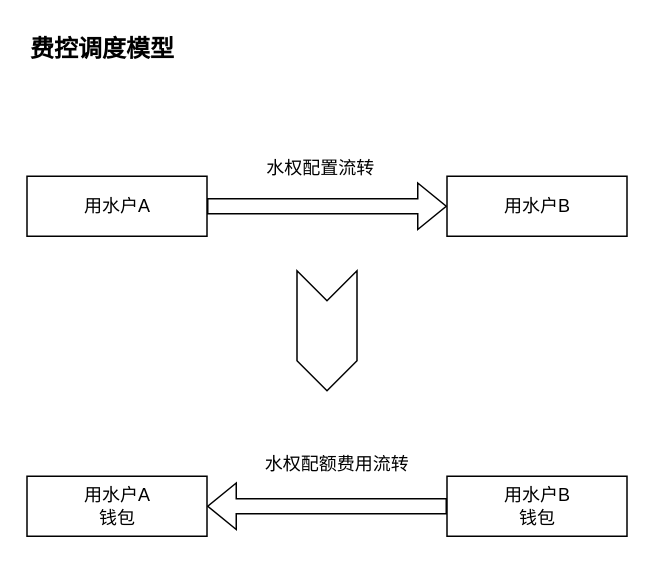
The draw.io diagram page "0001" (1 of 2) of src/main/work/zhonghuan/20231108222507.drawio in ab-doc/draw.io, before the edit. Source tidied: cells renumbered, new cells numbered last; positions are measured from the earlier drawing's top-left corner, leaving out a move shared by most shapes. Both pictures are drawn from the tidied source at 150%, with x=0, y=0 at pixel (26, 26).
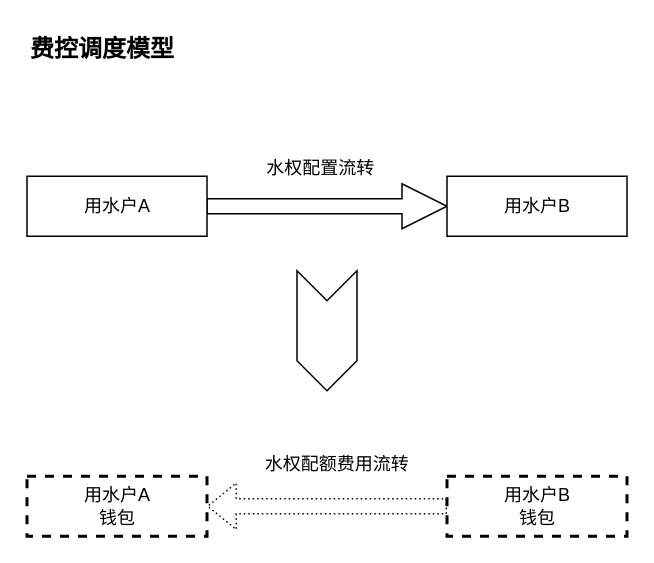
The same page after the edit.

Diff of the diagram source:
```diff
@@
 <mxGraphModel>
   <root>
     <mxCell id="0" />
     <mxCell id="1" parent="0" />
     <mxCell id="2" value="&lt;b style=&quot;font-size: 16px;&quot;&gt;费控调度模型&lt;/b&gt;" style="text;html=1;align=left;verticalAlign=middle;strokeColor=none;fillColor=none;fontSize=16;rounded=0;labelBackgroundColor=none;" parent="1" vertex="1">
       <mxGeometry x="0.5" width="120" height="30" as="geometry" />
     </mxCell>
-    <mxCell id="3" style="edgeStyle=orthogonalEdgeStyle;rounded=0;jettySize=auto;html=1;shape=flexArrow;" parent="1" edge="1" source="4" target="5">
+    <mxCell id="3" style="edgeStyle=orthogonalEdgeStyle;rounded=0;jettySize=auto;html=1;shape=arrow;" parent="1" edge="1" source="4" target="5">
       <mxGeometry relative="1" as="geometry" />
     </mxCell>
     <mxCell id="4" value="用水户A" style="rounded=0;whiteSpace=wrap;html=1;" parent="1" vertex="1">
       <mxGeometry x="0.5" y="100" width="120" height="40" as="geometry" />
     </mxCell>
     <mxCell id="5" value="用水户B" style="rounded=0;whiteSpace=wrap;html=1;" parent="1" vertex="1">
       <mxGeometry x="280.5" y="100" width="120" height="40" as="geometry" />
     </mxCell>
     <mxCell id="6" style="shape=step;perimeter=stepPerimeter;whiteSpace=wrap;html=1;fixedSize=1;direction=south;" parent="1" vertex="1">
       <mxGeometry x="180.5" y="163" width="40" height="80" as="geometry" />
     </mxCell>
-    <mxCell id="7" style="edgeStyle=orthogonalEdgeStyle;rounded=0;jettySize=auto;html=1;shape=flexArrow;startArrow=block;startFill=0;endArrow=none;endFill=0;" parent="1" edge="1" source="8" target="9">
+    <mxCell id="7" style="edgeStyle=orthogonalEdgeStyle;rounded=0;jettySize=auto;html=1;shape=flexArrow;startArrow=block;startFill=0;endArrow=none;endFill=0;dashed=1;dashPattern=1 2;" parent="1" edge="1" source="8" target="9">
       <mxGeometry relative="1" as="geometry" />
     </mxCell>
-    <mxCell id="8" value="用水户A&lt;br&gt;钱包" style="rounded=0;whiteSpace=wrap;html=1;" parent="1" vertex="1">
+    <mxCell id="8" value="用水户A&lt;br&gt;钱包" style="rounded=0;whiteSpace=wrap;html=1;dashed=1;strokeWidth=2;" parent="1" vertex="1">
       <mxGeometry x="0.5" y="300" width="120" height="40" as="geometry" />
     </mxCell>
-    <mxCell id="9" value="用水户B&lt;br&gt;钱包" style="rounded=0;whiteSpace=wrap;html=1;" parent="1" vertex="1">
+    <mxCell id="9" value="用水户B&lt;br&gt;钱包" style="rounded=0;whiteSpace=wrap;html=1;dashed=1;strokeWidth=2;" parent="1" vertex="1">
       <mxGeometry x="280.5" y="300" width="120" height="40" as="geometry" />
     </mxCell>
     <mxCell id="10" value="水权配置流转" style="text;html=1;align=center;verticalAlign=middle;strokeColor=none;fillColor=none;" parent="1" vertex="1">
       <mxGeometry x="145.5" y="80" width="100" height="30" as="geometry" />
     </mxCell>
     <mxCell id="11" value="水权配额费用流转" style="text;html=1;align=center;verticalAlign=middle;strokeColor=none;fillColor=none;" parent="1" vertex="1">
       <mxGeometry x="146.5" y="277" width="120" height="30" as="geometry" />
     </mxCell>
   </root>
 </mxGraphModel>
```
